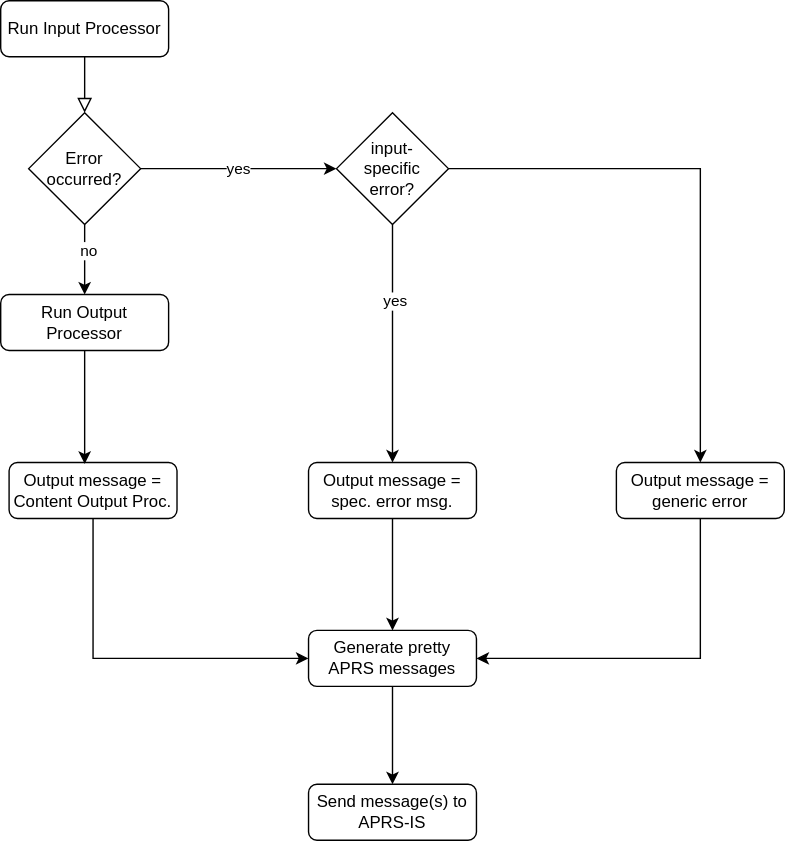
joergschultzelutter/core-aprs-client keeps this draw.io diagram as img/workflow_input_output_processing.svg. Above is the earlier version. Source tidied: cells renumbered, new cells last; positions are measured from the earlier drawing's top-left corner, leaving out a move shared by most shapes. Its diagram source:
```xml
<mxGraphModel>
  <root>
    <mxCell id="0" />
    <mxCell id="1" parent="0" />
    <mxCell id="2" style="rounded=0;html=1;jettySize=auto;fontSize=11;endArrow=block;endFill=0;endSize=8;strokeWidth=1;shadow=0;labelBackgroundColor=none;edgeStyle=orthogonalEdgeStyle;" parent="1" edge="1" source="3" target="4">
      <mxGeometry relative="1" as="geometry" />
    </mxCell>
    <mxCell id="3" value="Run Input Processor" style="rounded=1;whiteSpace=wrap;html=1;fontSize=12;glass=0;strokeWidth=1;shadow=0;" parent="1" vertex="1">
      <mxGeometry width="120" height="40" as="geometry" />
    </mxCell>
    <mxCell id="4" value="Error&lt;div&gt;occurred?&lt;/div&gt;" style="rhombus;whiteSpace=wrap;html=1;" parent="1" vertex="1">
      <mxGeometry x="20" y="80" width="80" height="80" as="geometry" />
    </mxCell>
    <mxCell id="5" value="input-&lt;div&gt;specific&lt;/div&gt;&lt;div&gt;error?&lt;/div&gt;" style="rhombus;whiteSpace=wrap;html=1;" parent="1" vertex="1">
      <mxGeometry x="240" y="80" width="80" height="80" as="geometry" />
    </mxCell>
    <mxCell id="6" style="endArrow=classic;html=1;rounded=0;exitX=0.5;exitY=1;exitDx=0;exitDy=0;entryX=0.5;entryY=0;entryDx=0;entryDy=0;" parent="1" edge="1" source="4" target="8">
      <mxGeometry relative="1" as="geometry" />
    </mxCell>
    <mxCell id="7" value="no" style="edgeLabel;html=1;align=center;verticalAlign=middle;" parent="6" vertex="1">
      <mxGeometry x="-0.28" y="2" relative="1" as="geometry" />
    </mxCell>
    <mxCell id="8" value="Run Output Processor" style="rounded=1;whiteSpace=wrap;html=1;" parent="1" vertex="1">
      <mxGeometry y="210" width="120" height="40" as="geometry" />
    </mxCell>
    <mxCell id="9" value="&lt;div&gt;Output message = spec. error msg.&lt;/div&gt;" style="rounded=1;whiteSpace=wrap;html=1;" parent="1" vertex="1">
      <mxGeometry x="220" y="330" width="120" height="40" as="geometry" />
    </mxCell>
    <mxCell id="10" value="yes" style="endArrow=classic;html=1;rounded=0;exitX=1;exitY=0.5;exitDx=0;exitDy=0;entryX=0;entryY=0.5;entryDx=0;entryDy=0;" parent="1" edge="1" source="4" target="5">
      <mxGeometry relative="1" as="geometry" />
    </mxCell>
    <mxCell id="11" style="endArrow=classic;html=1;rounded=0;exitX=0.5;exitY=1;exitDx=0;exitDy=0;entryX=0.5;entryY=0;entryDx=0;entryDy=0;" parent="1" edge="1" source="5" target="9">
      <mxGeometry relative="1" as="geometry" />
    </mxCell>
    <mxCell id="12" value="yes" style="edgeLabel;html=1;align=center;verticalAlign=middle;" parent="11" vertex="1">
      <mxGeometry x="-0.36" y="1" relative="1" as="geometry" />
    </mxCell>
    <mxCell id="13" value="Output message = generic error" style="rounded=1;whiteSpace=wrap;html=1;" parent="1" vertex="1">
      <mxGeometry x="440" y="330" width="120" height="40" as="geometry" />
    </mxCell>
    <mxCell id="14" style="endArrow=classic;html=1;rounded=0;exitX=1;exitY=0.5;exitDx=0;exitDy=0;entryX=0.5;entryY=0;entryDx=0;entryDy=0;" parent="1" edge="1" source="5" target="13">
      <mxGeometry relative="1" as="geometry">
        <Array as="points">
          <mxPoint x="500" y="120" />
        </Array>
      </mxGeometry>
    </mxCell>
    <mxCell id="15" value="&lt;div&gt;Output message = Content Output Proc.&lt;/div&gt;" style="rounded=1;whiteSpace=wrap;html=1;" parent="1" vertex="1">
      <mxGeometry x="6" y="330" width="120" height="40" as="geometry" />
    </mxCell>
    <mxCell id="16" value="Generate pretty APRS messages" style="rounded=1;whiteSpace=wrap;html=1;" parent="1" vertex="1">
      <mxGeometry x="220" y="450" width="120" height="40" as="geometry" />
    </mxCell>
    <mxCell id="17" style="endArrow=classic;html=1;rounded=0;exitX=0.5;exitY=1;exitDx=0;exitDy=0;entryX=0.45;entryY=0.025;entryDx=0;entryDy=0;entryPerimeter=0;" parent="1" edge="1" source="8" target="15">
      <mxGeometry relative="1" as="geometry" />
    </mxCell>
    <mxCell id="18" value="Send message(s) to&lt;div&gt;APRS-IS&lt;/div&gt;" style="rounded=1;whiteSpace=wrap;html=1;" parent="1" vertex="1">
      <mxGeometry x="220" y="560" width="120" height="40" as="geometry" />
    </mxCell>
    <mxCell id="19" style="endArrow=classic;html=1;rounded=0;exitX=0.5;exitY=1;exitDx=0;exitDy=0;entryX=0.5;entryY=0;entryDx=0;entryDy=0;" parent="1" edge="1" source="9" target="16">
      <mxGeometry relative="1" as="geometry" />
    </mxCell>
    <mxCell id="20" style="endArrow=classic;html=1;rounded=0;exitX=0.5;exitY=1;exitDx=0;exitDy=0;entryX=0.5;entryY=0;entryDx=0;entryDy=0;" parent="1" edge="1" source="16" target="18">
      <mxGeometry relative="1" as="geometry" />
    </mxCell>
    <mxCell id="21" style="endArrow=classic;html=1;rounded=0;entryX=0;entryY=0.5;entryDx=0;entryDy=0;exitX=0.5;exitY=1;exitDx=0;exitDy=0;" parent="1" edge="1" source="15" target="16">
      <mxGeometry relative="1" as="geometry">
        <Array as="points">
          <mxPoint x="66" y="470" />
        </Array>
      </mxGeometry>
    </mxCell>
    <mxCell id="22" style="endArrow=classic;html=1;rounded=0;entryX=1;entryY=0.5;entryDx=0;entryDy=0;exitX=0.5;exitY=1;exitDx=0;exitDy=0;" parent="1" edge="1" source="13" target="16">
      <mxGeometry relative="1" as="geometry">
        <Array as="points">
          <mxPoint x="500" y="470" />
        </Array>
      </mxGeometry>
    </mxCell>
  </root>
</mxGraphModel>
```
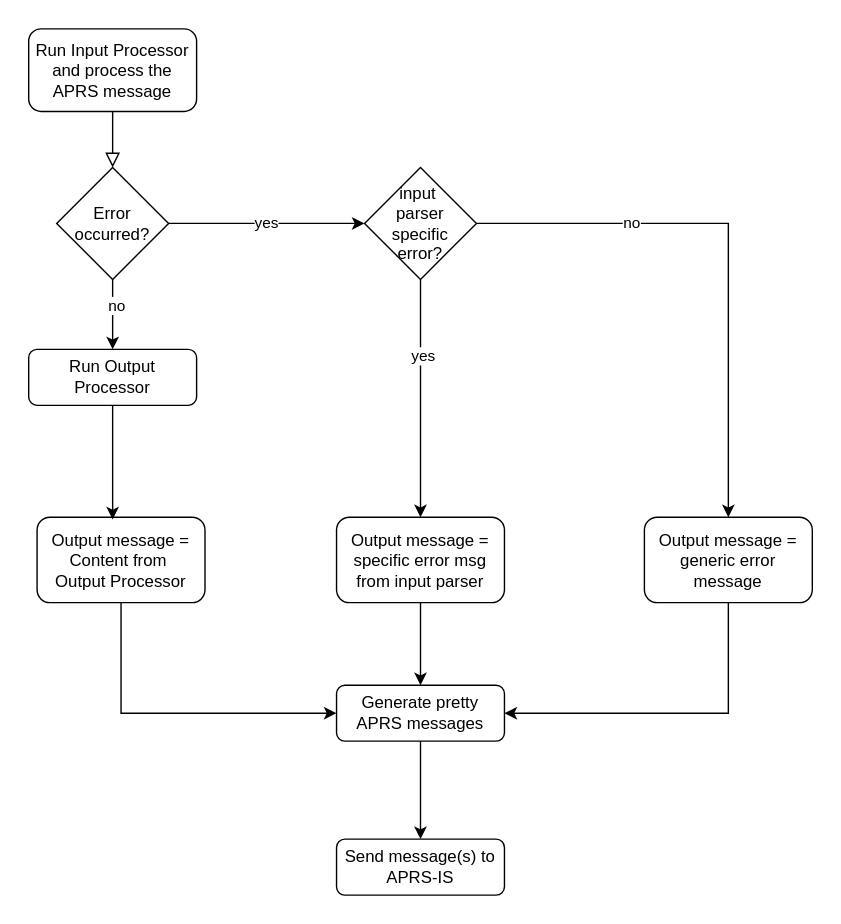
After the commit.

The edit, as a diff of the source:
```diff
@@ -5,13 +5,13 @@
     <mxCell id="2" style="rounded=0;html=1;jettySize=auto;fontSize=11;endArrow=block;endFill=0;endSize=8;strokeWidth=1;shadow=0;labelBackgroundColor=none;edgeStyle=orthogonalEdgeStyle;" parent="1" edge="1" source="3" target="4">
       <mxGeometry relative="1" as="geometry" />
     </mxCell>
-    <mxCell id="3" value="Run Input Processor" style="rounded=1;whiteSpace=wrap;html=1;fontSize=12;glass=0;strokeWidth=1;shadow=0;" parent="1" vertex="1">
-      <mxGeometry width="120" height="40" as="geometry" />
+    <mxCell id="3" value="Run Input Processor and process the APRS message" style="rounded=1;whiteSpace=wrap;html=1;fontSize=12;glass=0;strokeWidth=1;shadow=0;" parent="1" vertex="1">
+      <mxGeometry y="-19" width="120" height="59" as="geometry" />
     </mxCell>
     <mxCell id="4" value="Error&lt;div&gt;occurred?&lt;/div&gt;" style="rhombus;whiteSpace=wrap;html=1;" parent="1" vertex="1">
       <mxGeometry x="20" y="80" width="80" height="80" as="geometry" />
     </mxCell>
-    <mxCell id="5" value="input-&lt;div&gt;specific&lt;/div&gt;&lt;div&gt;error?&lt;/div&gt;" style="rhombus;whiteSpace=wrap;html=1;" parent="1" vertex="1">
+    <mxCell id="5" value="input&amp;nbsp;&lt;div&gt;parser&lt;div&gt;specific&lt;/div&gt;&lt;div&gt;error?&lt;/div&gt;&lt;/div&gt;" style="rhombus;whiteSpace=wrap;html=1;" parent="1" vertex="1">
       <mxGeometry x="240" y="80" width="80" height="80" as="geometry" />
     </mxCell>
     <mxCell id="6" style="endArrow=classic;html=1;rounded=0;exitX=0.5;exitY=1;exitDx=0;exitDy=0;entryX=0.5;entryY=0;entryDx=0;entryDy=0;" parent="1" edge="1" source="4" target="8">
@@ -23,8 +23,8 @@
     <mxCell id="8" value="Run Output Processor" style="rounded=1;whiteSpace=wrap;html=1;" parent="1" vertex="1">
       <mxGeometry y="210" width="120" height="40" as="geometry" />
     </mxCell>
-    <mxCell id="9" value="&lt;div&gt;Output message = spec. error msg.&lt;/div&gt;" style="rounded=1;whiteSpace=wrap;html=1;" parent="1" vertex="1">
-      <mxGeometry x="220" y="330" width="120" height="40" as="geometry" />
+    <mxCell id="9" value="&lt;div&gt;Output message = specific error msg from input parser&lt;/div&gt;" style="rounded=1;whiteSpace=wrap;html=1;" parent="1" vertex="1">
+      <mxGeometry x="220" y="330" width="120" height="61" as="geometry" />
     </mxCell>
     <mxCell id="10" value="yes" style="endArrow=classic;html=1;rounded=0;exitX=1;exitY=0.5;exitDx=0;exitDy=0;entryX=0;entryY=0.5;entryDx=0;entryDy=0;" parent="1" edge="1" source="4" target="5">
       <mxGeometry relative="1" as="geometry" />
@@ -35,8 +35,8 @@
     <mxCell id="12" value="yes" style="edgeLabel;html=1;align=center;verticalAlign=middle;" parent="11" vertex="1">
       <mxGeometry x="-0.36" y="1" relative="1" as="geometry" />
     </mxCell>
-    <mxCell id="13" value="Output message = generic error" style="rounded=1;whiteSpace=wrap;html=1;" parent="1" vertex="1">
-      <mxGeometry x="440" y="330" width="120" height="40" as="geometry" />
+    <mxCell id="13" value="Output message = generic error message" style="rounded=1;whiteSpace=wrap;html=1;" parent="1" vertex="1">
+      <mxGeometry x="440" y="330" width="120" height="61" as="geometry" />
     </mxCell>
     <mxCell id="14" style="endArrow=classic;html=1;rounded=0;exitX=1;exitY=0.5;exitDx=0;exitDy=0;entryX=0.5;entryY=0;entryDx=0;entryDy=0;" parent="1" edge="1" source="5" target="13">
       <mxGeometry relative="1" as="geometry">
@@ -45,8 +45,11 @@
         </Array>
       </mxGeometry>
     </mxCell>
+    <mxCell id="23" value="no" style="edgeLabel;html=1;align=center;verticalAlign=middle;" parent="14" vertex="1">
+      <mxGeometry x="-0.44" y="1" relative="1" as="geometry" />
+    </mxCell>
-    <mxCell id="15" value="&lt;div&gt;Output message = Content Output Proc.&lt;/div&gt;" style="rounded=1;whiteSpace=wrap;html=1;" parent="1" vertex="1">
-      <mxGeometry x="6" y="330" width="120" height="40" as="geometry" />
+    <mxCell id="15" value="&lt;div&gt;Output message = Content from&amp;nbsp;&lt;/div&gt;&lt;div&gt;Output Processor&lt;/div&gt;" style="rounded=1;whiteSpace=wrap;html=1;" parent="1" vertex="1">
+      <mxGeometry x="6" y="330" width="120" height="61" as="geometry" />
     </mxCell>
     <mxCell id="16" value="Generate pretty APRS messages" style="rounded=1;whiteSpace=wrap;html=1;" parent="1" vertex="1">
       <mxGeometry x="220" y="450" width="120" height="40" as="geometry" />
```
